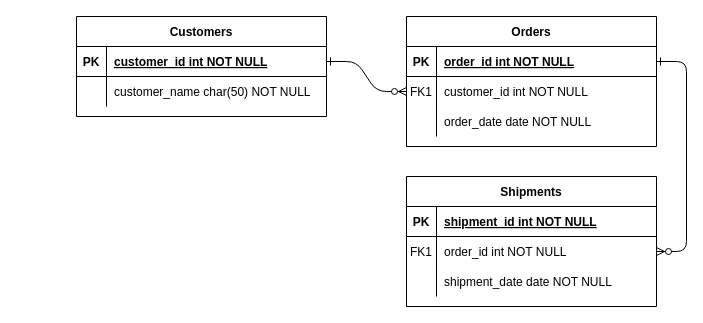
kdh042801/kdh042801 keeps this draw.io diagram as 제목 없는 다이어그램.drawio. Above is the earlier version. Source tidied: cells renumbered, new cells numbered last; positions are measured from the earlier drawing's top-left corner, leaving out a move shared by most shapes. Both pictures are drawn from the tidied source at 100%, with x=0, y=0 at pixel (76, 16).
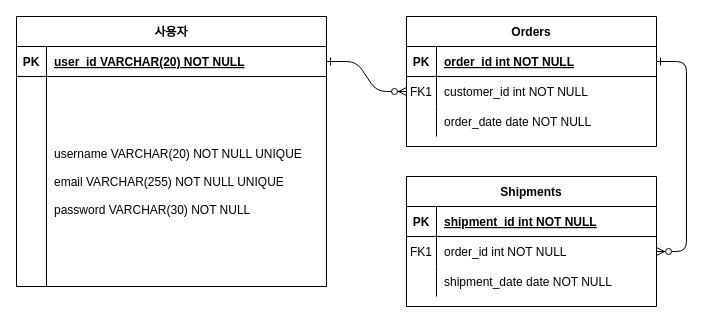
Above is the later version.

Change to the diagram source:
```diff
@@
-    <mxCell id="24" value="Customers" style="shape=table;startSize=30;childLayout=tableLayout;rowLines=0;fontStyle=1;align=center;" parent="1" vertex="1">
-      <mxGeometry width="250" height="100" as="geometry" />
+    <mxCell id="24" value="사용자" style="shape=table;startSize=30;childLayout=tableLayout;rowLines=0;fontStyle=1;align=center;" parent="1" vertex="1">
+      <mxGeometry x="-60" width="310" height="270" as="geometry" />
     </mxCell>
     <mxCell id="25" style="shape=partialRectangle;fillColor=none;points=[[0,0.5],[1,0.5]];portConstraint=eastwest;top=0;left=0;right=0;bottom=1;" parent="24" vertex="1">
-      <mxGeometry y="30" width="250" height="30" as="geometry" />
+      <mxGeometry y="30" width="310" height="30" as="geometry" />
     </mxCell>
@@
-    <mxCell id="27" value="customer_id int NOT NULL " style="shape=partialRectangle;overflow=hidden;fillColor=none;top=0;left=0;bottom=0;right=0;align=left;spacingLeft=6;fontStyle=5;" parent="25" vertex="1">
-      <mxGeometry x="30" width="220" height="30" as="geometry" />
+    <mxCell id="27" value="user_id VARCHAR(20) NOT NULL" style="shape=partialRectangle;overflow=hidden;fillColor=none;top=0;left=0;bottom=0;right=0;align=left;spacingLeft=6;fontStyle=5;" parent="25" vertex="1">
+      <mxGeometry x="30" width="280" height="30" as="geometry" />
     </mxCell>
     <mxCell id="28" style="shape=partialRectangle;fillColor=none;top=0;left=0;right=0;bottom=0;" parent="24" vertex="1">
-      <mxGeometry y="60" width="250" height="30" as="geometry" />
+      <mxGeometry y="60" width="310" height="210" as="geometry" />
     </mxCell>
     <mxCell id="29" style="shape=partialRectangle;overflow=hidden;fillColor=none;top=0;left=0;bottom=0;right=0;" parent="28" vertex="1">
-      <mxGeometry width="30" height="30" as="geometry" />
+      <mxGeometry width="30" height="210" as="geometry" />
     </mxCell>
-    <mxCell id="30" value="customer_name char(50) NOT NULL" style="shape=partialRectangle;overflow=hidden;fillColor=none;top=0;left=0;bottom=0;right=0;align=left;spacingLeft=6;" parent="28" vertex="1">
-      <mxGeometry x="30" width="220" height="30" as="geometry" />
+    <mxCell id="30" value="username VARCHAR(20) NOT NULL UNIQUE&#10;&#10;email VARCHAR(255) NOT NULL UNIQUE&#10;&#10;password VARCHAR(30) NOT NULL" style="shape=partialRectangle;overflow=hidden;fillColor=none;top=0;left=0;bottom=0;right=0;align=left;spacingLeft=6;" parent="28" vertex="1">
+      <mxGeometry x="30" width="280" height="210" as="geometry" />
     </mxCell>
```
